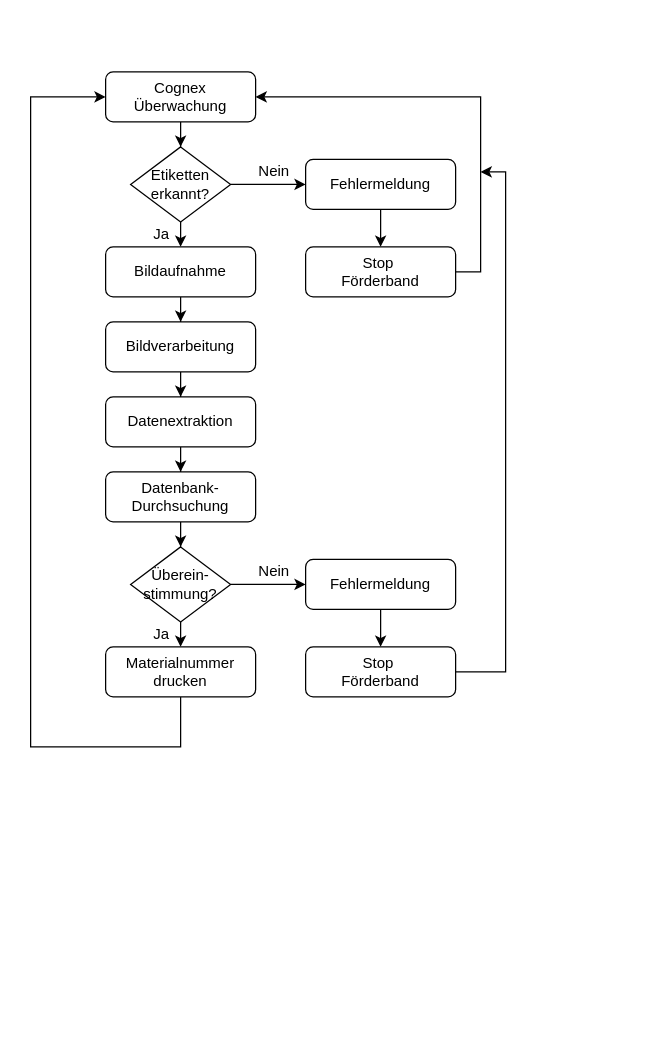
The draw.io diagram Flowchart_Kote.drawio in ShyngysM/drawio, before the edit. Source tidied: cells renumbered, new cells numbered last; positions are measured from the earlier drawing's top-left corner, leaving out a move shared by most shapes. Both pictures are drawn from the tidied source at 125%, with x=0, y=0 at pixel (30, 71).
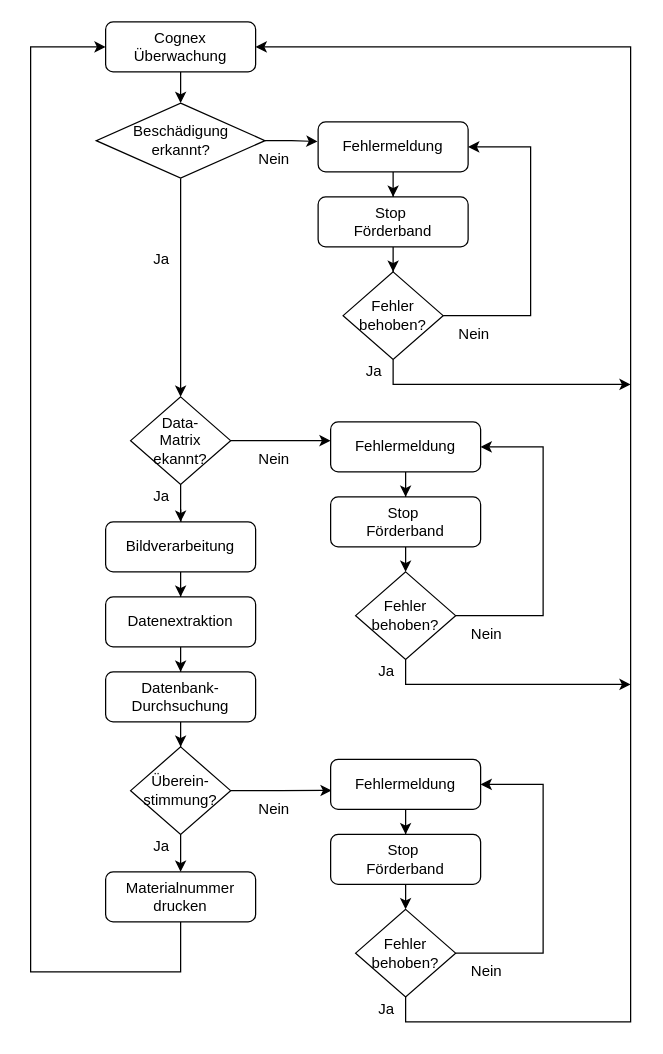
Above is the later version.

Diff of the diagram source:
```diff
@@
-    <mxCell id="2" style="edgeStyle=orthogonalEdgeStyle;rounded=0;jettySize=auto;html=1;entryX=0.5;entryY=0;entryDx=0;entryDy=0;" parent="1" edge="1" source="3" target="19">
+    <mxCell id="2" style="edgeStyle=orthogonalEdgeStyle;rounded=0;jettySize=auto;html=1;entryX=0.5;entryY=0;entryDx=0;entryDy=0;" parent="1" edge="1" source="36" target="19">
       <mxGeometry relative="1" as="geometry" />
     </mxCell>
     <mxCell id="3" value="&lt;div&gt;Cognex&lt;/div&gt;&lt;div&gt;Überwachung&lt;br&gt;&lt;/div&gt;" style="rounded=1;whiteSpace=wrap;html=1;" parent="1" vertex="1">
-      <mxGeometry x="60" width="120" height="40" as="geometry" />
+      <mxGeometry x="60" y="-40" width="120" height="40" as="geometry" />
     </mxCell>
-    <mxCell id="4" style="edgeStyle=orthogonalEdgeStyle;rounded=0;jettySize=auto;html=1;" parent="1" edge="1" source="5" target="7">
-      <mxGeometry relative="1" as="geometry" />
+    <mxCell id="4" style="edgeStyle=orthogonalEdgeStyle;rounded=0;jettySize=auto;html=1;" parent="1" edge="1" target="7">
+      <mxGeometry relative="1" as="geometry">
+        <mxPoint x="120" y="350" as="sourcePoint" />
+      </mxGeometry>
     </mxCell>
-    <mxCell id="5" value="Bildaufnahme" style="rounded=1;whiteSpace=wrap;html=1;" parent="1" vertex="1">
-      <mxGeometry x="60" y="140" width="120" height="40" as="geometry" />
-    </mxCell>
@@
     <mxCell id="7" value="Bildverarbeitung" style="rounded=1;whiteSpace=wrap;html=1;" parent="1" vertex="1">
-      <mxGeometry x="60" y="200" width="120" height="40" as="geometry" />
+      <mxGeometry x="60" y="360" width="120" height="40" as="geometry" />
     </mxCell>
@@
     <mxCell id="9" value="Datenextraktion" style="rounded=1;whiteSpace=wrap;html=1;" parent="1" vertex="1">
-      <mxGeometry x="60" y="260" width="120" height="40" as="geometry" />
+      <mxGeometry x="60" y="420" width="120" height="40" as="geometry" />
     </mxCell>
@@
     <mxCell id="11" value="Datenbank-Durchsuchung" style="rounded=1;whiteSpace=wrap;html=1;" parent="1" vertex="1">
-      <mxGeometry x="60" y="320" width="120" height="40" as="geometry" />
+      <mxGeometry x="60" y="480" width="120" height="40" as="geometry" />
     </mxCell>
     <mxCell id="12" style="edgeStyle=orthogonalEdgeStyle;rounded=0;jettySize=auto;html=1;entryX=0;entryY=0.5;entryDx=0;entryDy=0;" parent="1" edge="1" source="13" target="3">
       <mxGeometry relative="1" as="geometry">
         <Array as="points">
-          <mxPoint x="120" y="540" />
-          <mxPoint y="540" />
-          <mxPoint y="20" />
+          <mxPoint x="120" y="720" />
+          <mxPoint y="720" />
+          <mxPoint y="-20" />
         </Array>
       </mxGeometry>
     </mxCell>
     <mxCell id="13" value="&lt;div&gt;Materialnummer&lt;/div&gt;&lt;div&gt;drucken&lt;br&gt;&lt;/div&gt;" style="rounded=1;whiteSpace=wrap;html=1;" parent="1" vertex="1">
-      <mxGeometry x="60" y="460" width="120" height="40" as="geometry" />
+      <mxGeometry x="60" y="640" width="120" height="40" as="geometry" />
     </mxCell>
@@
-    <mxCell id="15" style="edgeStyle=orthogonalEdgeStyle;rounded=0;jettySize=auto;html=1;entryX=0;entryY=0.5;entryDx=0;entryDy=0;" parent="1" edge="1" source="16" target="28">
-      <mxGeometry relative="1" as="geometry" />
-    </mxCell>
+    <mxCell id="32" style="edgeStyle=orthogonalEdgeStyle;rounded=0;jettySize=auto;html=1;entryX=0.007;entryY=0.62;entryDx=0;entryDy=0;entryPerimeter=0;" parent="1" edge="1" source="16" target="58">
+      <mxGeometry relative="1" as="geometry" />
+    </mxCell>
     <mxCell id="16" value="Überein-stimmung?" style="rhombus;whiteSpace=wrap;html=1;" parent="1" vertex="1">
-      <mxGeometry x="80" y="380" width="80" height="60" as="geometry" />
+      <mxGeometry x="80" y="540" width="80" height="70" as="geometry" />
     </mxCell>
-    <mxCell id="17" style="edgeStyle=orthogonalEdgeStyle;rounded=0;jettySize=auto;html=1;exitX=0.5;exitY=1;exitDx=0;exitDy=0;entryX=0.5;entryY=0;entryDx=0;entryDy=0;" parent="1" edge="1" source="19" target="5">
-      <mxGeometry relative="1" as="geometry" />
-    </mxCell>
-    <mxCell id="18" style="edgeStyle=orthogonalEdgeStyle;rounded=0;jettySize=auto;html=1;entryX=0;entryY=0.5;entryDx=0;entryDy=0;" parent="1" edge="1" source="19" target="22">
-      <mxGeometry relative="1" as="geometry" />
+    <mxCell id="18" style="edgeStyle=orthogonalEdgeStyle;rounded=0;jettySize=auto;html=1;entryX=0;entryY=0.5;entryDx=0;entryDy=0;" parent="1" edge="1" source="19">
+      <mxGeometry relative="1" as="geometry">
+        <mxPoint x="240" y="295" as="targetPoint" />
+      </mxGeometry>
     </mxCell>
+    <mxCell id="33" style="edgeStyle=orthogonalEdgeStyle;rounded=0;jettySize=auto;html=1;exitX=0.5;exitY=1;exitDx=0;exitDy=0;entryX=0.5;entryY=0;entryDx=0;entryDy=0;" parent="1" edge="1" source="19" target="7">
+      <mxGeometry relative="1" as="geometry" />
+    </mxCell>
-    <mxCell id="19" value="&lt;div&gt;Etiketten&lt;/div&gt;&lt;div&gt;erkannt?&lt;br&gt;&lt;/div&gt;" style="rhombus;whiteSpace=wrap;html=1;" parent="1" vertex="1">
-      <mxGeometry x="80" y="60" width="80" height="60" as="geometry" />
+    <mxCell id="19" value="&lt;div&gt;Data-&lt;/div&gt;&lt;div&gt;Matrix&lt;/div&gt;&lt;div&gt;ekannt?&lt;br&gt;&lt;/div&gt;" style="rhombus;whiteSpace=wrap;html=1;" parent="1" vertex="1">
+      <mxGeometry x="80" y="260" width="80" height="70" as="geometry" />
     </mxCell>
     <mxCell id="20" value="Ja" style="text;strokeColor=none;align=center;fillColor=none;html=1;verticalAlign=middle;whiteSpace=wrap;rounded=0;" parent="1" vertex="1">
-      <mxGeometry x="80" y="120" width="50" height="20" as="geometry" />
+      <mxGeometry x="80" y="330" width="50" height="20" as="geometry" />
     </mxCell>
-    <mxCell id="21" style="edgeStyle=orthogonalEdgeStyle;rounded=0;jettySize=auto;html=1;entryX=0.5;entryY=0;entryDx=0;entryDy=0;" parent="1" edge="1" source="22" target="25">
-      <mxGeometry relative="1" as="geometry" />
-    </mxCell>
-    <mxCell id="22" value="Fehlermeldung" style="rounded=1;whiteSpace=wrap;html=1;" parent="1" vertex="1">
-      <mxGeometry x="220" y="70" width="120" height="40" as="geometry" />
-    </mxCell>
     <mxCell id="23" value="Ja" style="text;strokeColor=none;align=center;fillColor=none;html=1;verticalAlign=middle;whiteSpace=wrap;rounded=0;" parent="1" vertex="1">
-      <mxGeometry x="80" y="440" width="50" height="20" as="geometry" />
+      <mxGeometry x="80" y="610" width="50" height="20" as="geometry" />
     </mxCell>
-    <mxCell id="24" style="edgeStyle=orthogonalEdgeStyle;rounded=0;jettySize=auto;html=1;entryX=1;entryY=0.5;entryDx=0;entryDy=0;exitX=1;exitY=0.5;exitDx=0;exitDy=0;" parent="1" edge="1" source="25" target="3">
+    <mxCell id="24" style="edgeStyle=orthogonalEdgeStyle;rounded=0;jettySize=auto;html=1;entryX=1;entryY=0.5;entryDx=0;entryDy=0;exitX=0.5;exitY=1;exitDx=0;exitDy=0;" parent="1" edge="1" source="62" target="3">
       <mxGeometry relative="1" as="geometry">
         <Array as="points">
-          <mxPoint x="360" y="160" />
-          <mxPoint x="360" y="20" />
+          <mxPoint x="300" y="760" />
+          <mxPoint x="480" y="760" />
+          <mxPoint x="480" y="-20" />
         </Array>
       </mxGeometry>
     </mxCell>
-    <mxCell id="25" value="&lt;div&gt;Stop&amp;nbsp;&lt;/div&gt;&lt;div&gt;Förderband&lt;/div&gt;" style="rounded=1;whiteSpace=wrap;html=1;" parent="1" vertex="1">
-      <mxGeometry x="220" y="140" width="120" height="40" as="geometry" />
-    </mxCell>
     <mxCell id="26" value="Nein" style="text;strokeColor=none;align=center;fillColor=none;html=1;verticalAlign=middle;whiteSpace=wrap;rounded=0;" parent="1" vertex="1">
-      <mxGeometry x="170" y="70" width="50" height="20" as="geometry" />
+      <mxGeometry x="170" y="300" width="50" height="20" as="geometry" />
     </mxCell>
-    <mxCell id="27" style="edgeStyle=orthogonalEdgeStyle;rounded=0;jettySize=auto;html=1;entryX=0.5;entryY=0;entryDx=0;entryDy=0;" parent="1" edge="1" source="28" target="30">
-      <mxGeometry relative="1" as="geometry" />
-    </mxCell>
-    <mxCell id="28" value="Fehlermeldung" style="rounded=1;whiteSpace=wrap;html=1;" parent="1" vertex="1">
-      <mxGeometry x="220" y="390" width="120" height="40" as="geometry" />
-    </mxCell>
-    <mxCell id="29" style="edgeStyle=orthogonalEdgeStyle;rounded=0;jettySize=auto;html=1;" parent="1" edge="1" source="30">
-      <mxGeometry relative="1" as="geometry">
-        <mxPoint x="360" y="80" as="targetPoint" />
-        <Array as="points">
-          <mxPoint x="380" y="480" />
-          <mxPoint x="380" y="80" />
-        </Array>
-      </mxGeometry>
-    </mxCell>
-    <mxCell id="30" value="&lt;div&gt;Stop&amp;nbsp;&lt;/div&gt;&lt;div&gt;Förderband&lt;/div&gt;" style="rounded=1;whiteSpace=wrap;html=1;" parent="1" vertex="1">
-      <mxGeometry x="220" y="460" width="120" height="40" as="geometry" />
-    </mxCell>
     <mxCell id="31" value="Nein" style="text;strokeColor=none;align=center;fillColor=none;html=1;verticalAlign=middle;whiteSpace=wrap;rounded=0;" parent="1" vertex="1">
-      <mxGeometry x="170" y="390" width="50" height="20" as="geometry" />
+      <mxGeometry x="170" y="580" width="50" height="20" as="geometry" />
     </mxCell>
+    <mxCell id="34" style="edgeStyle=orthogonalEdgeStyle;rounded=0;jettySize=auto;html=1;entryX=0.5;entryY=0;entryDx=0;entryDy=0;" parent="1" edge="1" source="3" target="36">
+      <mxGeometry relative="1" as="geometry" />
+    </mxCell>
+    <mxCell id="35" style="edgeStyle=orthogonalEdgeStyle;rounded=0;jettySize=auto;html=1;entryX=-0.004;entryY=0.393;entryDx=0;entryDy=0;entryPerimeter=0;" parent="1" edge="1" source="36" target="40">
+      <mxGeometry relative="1" as="geometry" />
+    </mxCell>
+    <mxCell id="36" value="&lt;div&gt;Beschädigung&lt;/div&gt;&lt;div&gt;erkannt?&lt;br&gt;&lt;/div&gt;" style="rhombus;whiteSpace=wrap;html=1;" parent="1" vertex="1">
+      <mxGeometry x="52.5" y="25" width="135" height="60" as="geometry" />
+    </mxCell>
+    <mxCell id="37" value="Ja" style="text;strokeColor=none;align=center;fillColor=none;html=1;verticalAlign=middle;whiteSpace=wrap;rounded=0;" parent="1" vertex="1">
+      <mxGeometry x="80" y="140" width="50" height="20" as="geometry" />
+    </mxCell>
+    <mxCell id="38" value="Nein" style="text;strokeColor=none;align=center;fillColor=none;html=1;verticalAlign=middle;whiteSpace=wrap;rounded=0;" parent="1" vertex="1">
+      <mxGeometry x="170" y="60" width="50" height="20" as="geometry" />
+    </mxCell>
+    <mxCell id="39" style="edgeStyle=orthogonalEdgeStyle;rounded=0;jettySize=auto;html=1;entryX=0.5;entryY=0;entryDx=0;entryDy=0;" parent="1" edge="1" source="40" target="42">
+      <mxGeometry relative="1" as="geometry" />
+    </mxCell>
+    <mxCell id="40" value="Fehlermeldung" style="rounded=1;whiteSpace=wrap;html=1;" parent="1" vertex="1">
+      <mxGeometry x="230" y="40" width="120" height="40" as="geometry" />
+    </mxCell>
+    <mxCell id="41" style="edgeStyle=orthogonalEdgeStyle;rounded=0;jettySize=auto;html=1;entryX=0.5;entryY=0;entryDx=0;entryDy=0;" parent="1" edge="1" source="42" target="45">
+      <mxGeometry relative="1" as="geometry" />
+    </mxCell>
+    <mxCell id="42" value="&lt;div&gt;Stop&amp;nbsp;&lt;/div&gt;&lt;div&gt;Förderband&lt;/div&gt;" style="rounded=1;whiteSpace=wrap;html=1;" parent="1" vertex="1">
+      <mxGeometry x="230" y="100" width="120" height="40" as="geometry" />
+    </mxCell>
+    <mxCell id="43" style="edgeStyle=orthogonalEdgeStyle;rounded=0;jettySize=auto;html=1;entryX=1;entryY=0.5;entryDx=0;entryDy=0;" parent="1" edge="1" source="45" target="40">
+      <mxGeometry relative="1" as="geometry">
+        <Array as="points">
+          <mxPoint x="400" y="195" />
+          <mxPoint x="400" y="60" />
+        </Array>
+      </mxGeometry>
+    </mxCell>
+    <mxCell id="44" style="edgeStyle=orthogonalEdgeStyle;rounded=0;jettySize=auto;html=1;" parent="1" edge="1" source="45">
+      <mxGeometry relative="1" as="geometry">
+        <mxPoint x="480" y="250" as="targetPoint" />
+        <Array as="points">
+          <mxPoint x="290" y="250" />
+        </Array>
+      </mxGeometry>
+    </mxCell>
+    <mxCell id="45" value="&lt;div&gt;Fehler&lt;/div&gt;&lt;div&gt;behoben?&lt;br&gt;&lt;/div&gt;" style="rhombus;whiteSpace=wrap;html=1;" parent="1" vertex="1">
+      <mxGeometry x="250" y="160" width="80" height="70" as="geometry" />
+    </mxCell>
+    <mxCell id="46" value="Ja" style="text;strokeColor=none;align=center;fillColor=none;html=1;verticalAlign=middle;whiteSpace=wrap;rounded=0;" parent="1" vertex="1">
+      <mxGeometry x="250" y="230" width="50" height="20" as="geometry" />
+    </mxCell>
+    <mxCell id="47" value="Nein" style="text;strokeColor=none;align=center;fillColor=none;html=1;verticalAlign=middle;whiteSpace=wrap;rounded=0;" parent="1" vertex="1">
+      <mxGeometry x="330" y="200" width="50" height="20" as="geometry" />
+    </mxCell>
+    <mxCell id="48" style="edgeStyle=orthogonalEdgeStyle;rounded=0;jettySize=auto;html=1;entryX=0.5;entryY=0;entryDx=0;entryDy=0;" parent="1" edge="1" source="49" target="51">
+      <mxGeometry relative="1" as="geometry" />
+    </mxCell>
+    <mxCell id="49" value="Fehlermeldung" style="rounded=1;whiteSpace=wrap;html=1;" parent="1" vertex="1">
+      <mxGeometry x="240" y="280" width="120" height="40" as="geometry" />
+    </mxCell>
+    <mxCell id="50" style="edgeStyle=orthogonalEdgeStyle;rounded=0;jettySize=auto;html=1;entryX=0.5;entryY=0;entryDx=0;entryDy=0;" parent="1" edge="1" source="51">
+      <mxGeometry relative="1" as="geometry">
+        <mxPoint x="300" y="400" as="targetPoint" />
+      </mxGeometry>
+    </mxCell>
+    <mxCell id="51" value="&lt;div&gt;Stop&amp;nbsp;&lt;/div&gt;&lt;div&gt;Förderband&lt;/div&gt;" style="rounded=1;whiteSpace=wrap;html=1;" parent="1" vertex="1">
+      <mxGeometry x="240" y="340" width="120" height="40" as="geometry" />
+    </mxCell>
+    <mxCell id="52" style="edgeStyle=orthogonalEdgeStyle;rounded=0;jettySize=auto;html=1;entryX=1;entryY=0.5;entryDx=0;entryDy=0;" parent="1" edge="1" source="54" target="49">
+      <mxGeometry relative="1" as="geometry">
+        <Array as="points">
+          <mxPoint x="410" y="435" />
+          <mxPoint x="410" y="300" />
+        </Array>
+      </mxGeometry>
+    </mxCell>
+    <mxCell id="53" style="edgeStyle=orthogonalEdgeStyle;rounded=0;jettySize=auto;html=1;" parent="1" edge="1" source="54">
+      <mxGeometry relative="1" as="geometry">
+        <mxPoint x="480" y="490" as="targetPoint" />
+        <Array as="points">
+          <mxPoint x="300" y="490" />
+        </Array>
+      </mxGeometry>
+    </mxCell>
+    <mxCell id="54" value="&lt;div&gt;Fehler&lt;/div&gt;&lt;div&gt;behoben?&lt;br&gt;&lt;/div&gt;" style="rhombus;whiteSpace=wrap;html=1;" parent="1" vertex="1">
+      <mxGeometry x="260" y="400" width="80" height="70" as="geometry" />
+    </mxCell>
+    <mxCell id="55" value="Ja" style="text;strokeColor=none;align=center;fillColor=none;html=1;verticalAlign=middle;whiteSpace=wrap;rounded=0;" parent="1" vertex="1">
+      <mxGeometry x="260" y="470" width="50" height="20" as="geometry" />
+    </mxCell>
+    <mxCell id="56" value="Nein" style="text;strokeColor=none;align=center;fillColor=none;html=1;verticalAlign=middle;whiteSpace=wrap;rounded=0;" parent="1" vertex="1">
+      <mxGeometry x="340" y="440" width="50" height="20" as="geometry" />
+    </mxCell>
+    <mxCell id="57" style="edgeStyle=orthogonalEdgeStyle;rounded=0;jettySize=auto;html=1;entryX=0.5;entryY=0;entryDx=0;entryDy=0;" parent="1" edge="1" source="58" target="60">
+      <mxGeometry relative="1" as="geometry" />
+    </mxCell>
+    <mxCell id="58" value="Fehlermeldung" style="rounded=1;whiteSpace=wrap;html=1;" parent="1" vertex="1">
+      <mxGeometry x="240" y="550" width="120" height="40" as="geometry" />
+    </mxCell>
+    <mxCell id="59" style="edgeStyle=orthogonalEdgeStyle;rounded=0;jettySize=auto;html=1;entryX=0.5;entryY=0;entryDx=0;entryDy=0;" parent="1" edge="1" source="60">
+      <mxGeometry relative="1" as="geometry">
+        <mxPoint x="300" y="670" as="targetPoint" />
+      </mxGeometry>
+    </mxCell>
+    <mxCell id="60" value="&lt;div&gt;Stop&amp;nbsp;&lt;/div&gt;&lt;div&gt;Förderband&lt;/div&gt;" style="rounded=1;whiteSpace=wrap;html=1;" parent="1" vertex="1">
+      <mxGeometry x="240" y="610" width="120" height="40" as="geometry" />
+    </mxCell>
+    <mxCell id="61" style="edgeStyle=orthogonalEdgeStyle;rounded=0;jettySize=auto;html=1;entryX=1;entryY=0.5;entryDx=0;entryDy=0;" parent="1" edge="1" source="62" target="58">
+      <mxGeometry relative="1" as="geometry">
+        <Array as="points">
+          <mxPoint x="410" y="705" />
+          <mxPoint x="410" y="570" />
+        </Array>
+      </mxGeometry>
+    </mxCell>
+    <mxCell id="62" value="&lt;div&gt;Fehler&lt;/div&gt;&lt;div&gt;behoben?&lt;br&gt;&lt;/div&gt;" style="rhombus;whiteSpace=wrap;html=1;" parent="1" vertex="1">
+      <mxGeometry x="260" y="670" width="80" height="70" as="geometry" />
+    </mxCell>
+    <mxCell id="63" value="Ja" style="text;strokeColor=none;align=center;fillColor=none;html=1;verticalAlign=middle;whiteSpace=wrap;rounded=0;" parent="1" vertex="1">
+      <mxGeometry x="260" y="740" width="50" height="20" as="geometry" />
+    </mxCell>
+    <mxCell id="64" value="Nein" style="text;strokeColor=none;align=center;fillColor=none;html=1;verticalAlign=middle;whiteSpace=wrap;rounded=0;" parent="1" vertex="1">
+      <mxGeometry x="340" y="710" width="50" height="20" as="geometry" />
+    </mxCell>
```
